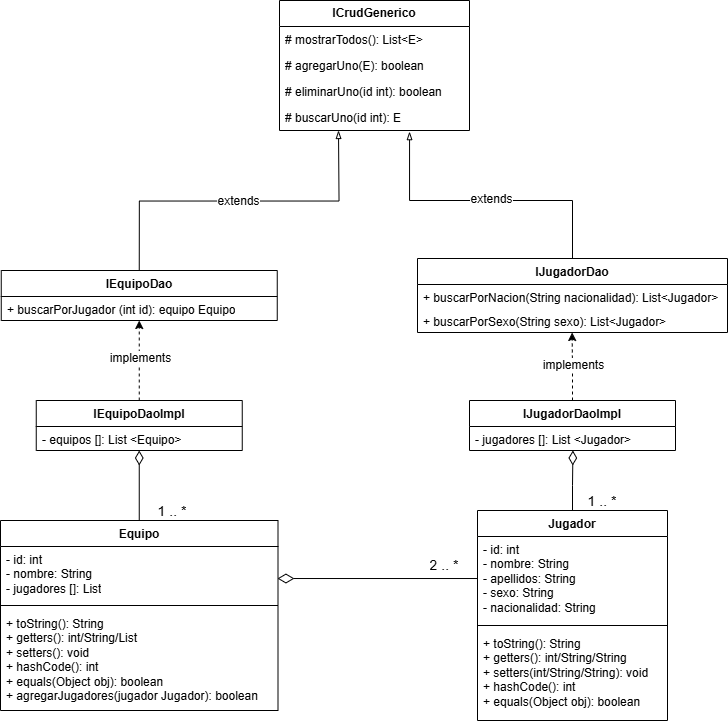
Earlier version of the draw.io export diagrams/clases.png (Andrie42/torneo-esports-uml). Source tidied: cells renumbered, new cells last; positions are measured from the earlier drawing's top-left corner, leaving out a move shared by most shapes. Source of this version:
```xml
<mxGraphModel>
  <root>
    <mxCell id="0" />
    <mxCell id="1" parent="0" />
    <mxCell id="2" value="Jugador" style="swimlane;fontStyle=1;align=center;verticalAlign=top;horizontal=1;startSize=26;whiteSpace=wrap;html=1;" parent="1" vertex="1">
      <mxGeometry x="477" y="510" width="190" height="210" as="geometry" />
    </mxCell>
    <mxCell id="3" value="- id: int&lt;div&gt;- nombre: String&lt;/div&gt;&lt;div&gt;- apellidos: String&lt;/div&gt;&lt;div&gt;- sexo: String&lt;/div&gt;&lt;div&gt;- nacionalidad: String&lt;/div&gt;" style="text;strokeColor=none;fillColor=none;align=left;verticalAlign=top;spacingLeft=4;spacingRight=4;overflow=hidden;points=[[0,0.5],[1,0.5]];portConstraint=eastwest;whiteSpace=wrap;html=1;" parent="2" vertex="1">
      <mxGeometry y="26" width="190" height="84" as="geometry" />
    </mxCell>
    <mxCell id="4" style="line;strokeWidth=1;fillColor=none;align=left;verticalAlign=middle;spacingTop=-1;spacingLeft=3;spacingRight=3;labelPosition=right;strokeColor=inherit;" parent="2" vertex="1">
      <mxGeometry y="110" width="190" height="10" as="geometry" />
    </mxCell>
    <mxCell id="5" value="+ toString(): String&lt;div&gt;+ getters(): int/String/String&lt;/div&gt;&lt;div&gt;+ setters(&lt;span style=&quot;background-color: initial;&quot;&gt;int/String/String&lt;/span&gt;&lt;span style=&quot;background-color: initial;&quot;&gt;): void&lt;/span&gt;&lt;/div&gt;&lt;div&gt;&lt;div&gt;+ hashCode(): int&lt;/div&gt;&lt;div&gt;+ equals(Object obj): boolean&lt;/div&gt;&lt;/div&gt;" style="text;strokeColor=none;fillColor=none;align=left;verticalAlign=top;spacingLeft=4;spacingRight=4;overflow=hidden;whiteSpace=wrap;html=1;" parent="2" vertex="1">
      <mxGeometry y="120" width="190" height="90" as="geometry" />
    </mxCell>
    <mxCell id="6" value="Equipo" style="swimlane;fontStyle=1;align=center;verticalAlign=top;horizontal=1;startSize=26;whiteSpace=wrap;html=1;" parent="1" vertex="1">
      <mxGeometry y="520" width="277.5" height="190" as="geometry" />
    </mxCell>
    <mxCell id="7" value="- id: int&lt;div&gt;- nombre: String&lt;/div&gt;&lt;div&gt;- jugadores []: List&lt;/div&gt;" style="text;strokeColor=none;fillColor=none;align=left;verticalAlign=top;spacingLeft=4;spacingRight=4;overflow=hidden;points=[[0,0.5],[1,0.5]];portConstraint=eastwest;whiteSpace=wrap;html=1;" parent="6" vertex="1">
      <mxGeometry y="26" width="277.5" height="54" as="geometry" />
    </mxCell>
    <mxCell id="8" style="line;strokeWidth=1;fillColor=none;align=left;verticalAlign=middle;spacingTop=-1;spacingLeft=3;spacingRight=3;labelPosition=right;strokeColor=inherit;" parent="6" vertex="1">
      <mxGeometry y="80" width="277.5" height="10" as="geometry" />
    </mxCell>
    <mxCell id="9" value="+ toString(): String&lt;div&gt;+ getters():&amp;nbsp;&lt;span style=&quot;background-color: initial;&quot;&gt;int/String/List&lt;/span&gt;&lt;/div&gt;&lt;div&gt;+ setters(): void&lt;/div&gt;&lt;div&gt;+ hashCode(): int&lt;/div&gt;&lt;div&gt;+ equals(Object obj): boolean&lt;/div&gt;&lt;div&gt;&lt;span style=&quot;background-color: transparent; color: light-dark(rgb(0, 0, 0), rgb(255, 255, 255));&quot;&gt;+ agregarJugadores(jugador Jugador): boolean&lt;/span&gt;&lt;/div&gt;" style="text;strokeColor=none;fillColor=none;align=left;verticalAlign=top;spacingLeft=4;spacingRight=4;overflow=hidden;whiteSpace=wrap;html=1;" parent="6" vertex="1">
      <mxGeometry y="90" width="277.5" height="100" as="geometry" />
    </mxCell>
    <mxCell id="10" value="&lt;font style=&quot;font-size: 14px;&quot;&gt;2 .. *&lt;/font&gt;" style="text;strokeColor=none;fillColor=none;align=center;verticalAlign=middle;spacingLeft=4;spacingRight=4;overflow=hidden;whiteSpace=wrap;html=1;" parent="1" vertex="1">
      <mxGeometry x="419" y="554" width="50" height="20" as="geometry" />
    </mxCell>
    <mxCell id="11" value="&lt;b&gt;ICrudGenerico&lt;/b&gt;" style="swimlane;fontStyle=0;horizontal=1;startSize=26;fillColor=none;whiteSpace=wrap;html=1;" parent="1" vertex="1">
      <mxGeometry x="279" width="190" height="130" as="geometry" />
    </mxCell>
    <mxCell id="12" value="# mostrarTodos(): List&amp;lt;E&amp;gt;" style="text;strokeColor=none;fillColor=none;align=left;verticalAlign=top;spacingLeft=4;spacingRight=4;overflow=hidden;whiteSpace=wrap;html=1;" parent="11" vertex="1">
      <mxGeometry y="26" width="190" height="26" as="geometry" />
    </mxCell>
    <mxCell id="13" value="# agregarUno(E): boolean" style="text;strokeColor=none;fillColor=none;align=left;verticalAlign=top;spacingLeft=4;spacingRight=4;overflow=hidden;whiteSpace=wrap;html=1;" parent="11" vertex="1">
      <mxGeometry y="52" width="190" height="26" as="geometry" />
    </mxCell>
    <mxCell id="14" value="# eliminarUno(id int): boolean" style="text;strokeColor=none;fillColor=none;align=left;verticalAlign=top;spacingLeft=4;spacingRight=4;overflow=hidden;whiteSpace=wrap;html=1;" parent="11" vertex="1">
      <mxGeometry y="78" width="190" height="26" as="geometry" />
    </mxCell>
    <mxCell id="15" value="# buscarUno(id int): E" style="text;strokeColor=none;fillColor=none;align=left;verticalAlign=top;spacingLeft=4;spacingRight=4;overflow=hidden;points=[[0,0.5],[1,0.5]];portConstraint=eastwest;whiteSpace=wrap;html=1;" parent="11" vertex="1">
      <mxGeometry y="104" width="190" height="26" as="geometry" />
    </mxCell>
    <mxCell id="16" value="IEquipoDaoImpl" style="swimlane;fontStyle=1;align=center;verticalAlign=top;horizontal=1;startSize=26;whiteSpace=wrap;html=1;" parent="1" vertex="1">
      <mxGeometry x="35.8" y="400" width="206" height="50" as="geometry" />
    </mxCell>
    <mxCell id="17" value="&lt;div&gt;- equipos []: List &amp;lt;Equipo&amp;gt;&lt;/div&gt;" style="text;strokeColor=none;fillColor=none;align=left;verticalAlign=top;spacingLeft=4;spacingRight=4;overflow=hidden;points=[[0,0.5],[1,0.5]];portConstraint=eastwest;whiteSpace=wrap;html=1;" parent="16" vertex="1">
      <mxGeometry y="26" width="206" height="24" as="geometry" />
    </mxCell>
    <mxCell id="18" style="edgeStyle=orthogonalEdgeStyle;rounded=0;jettySize=auto;html=1;endArrow=blockThin;endFill=0;exitX=0.5;exitY=0;exitDx=0;exitDy=0;" parent="1" edge="1" source="24">
      <mxGeometry relative="1" as="geometry">
        <mxPoint x="338" y="130" as="targetPoint" />
      </mxGeometry>
    </mxCell>
    <mxCell id="19" value="&lt;font style=&quot;font-size: 12px;&quot;&gt;extends&lt;/font&gt;" style="edgeLabel;html=1;align=center;verticalAlign=middle;" parent="18" vertex="1">
      <mxGeometry x="-0.01" relative="1" as="geometry" />
    </mxCell>
    <mxCell id="20" value="IJugadorDaoImpl" style="swimlane;fontStyle=1;align=center;verticalAlign=top;horizontal=1;startSize=26;whiteSpace=wrap;html=1;" parent="1" vertex="1">
      <mxGeometry x="469" y="400" width="206" height="50" as="geometry" />
    </mxCell>
    <mxCell id="21" value="&lt;div&gt;- jugadores []: List &amp;lt;Jugador&amp;gt;&lt;/div&gt;" style="text;strokeColor=none;fillColor=none;align=left;verticalAlign=top;spacingLeft=4;spacingRight=4;overflow=hidden;points=[[0,0.5],[1,0.5]];portConstraint=eastwest;whiteSpace=wrap;html=1;" parent="20" vertex="1">
      <mxGeometry y="26" width="206" height="24" as="geometry" />
    </mxCell>
    <mxCell id="22" style="edgeStyle=orthogonalEdgeStyle;rounded=0;jettySize=auto;html=1;entryX=0.679;entryY=1.045;entryDx=0;entryDy=0;entryPerimeter=0;endArrow=blockThin;endFill=0;exitX=0.5;exitY=0;exitDx=0;exitDy=0;" parent="1" edge="1" source="26" target="15">
      <mxGeometry relative="1" as="geometry">
        <Array as="points">
          <mxPoint x="572" y="200" />
          <mxPoint x="409" y="200" />
          <mxPoint x="409" y="131" />
        </Array>
      </mxGeometry>
    </mxCell>
    <mxCell id="23" value="&lt;font style=&quot;font-size: 12px;&quot;&gt;extends&lt;/font&gt;" style="edgeLabel;html=1;align=center;verticalAlign=middle;" parent="22" vertex="1">
      <mxGeometry x="-0.04" y="-2" relative="1" as="geometry" />
    </mxCell>
    <mxCell id="24" value="IEquipoDao" style="swimlane;fontStyle=1;align=center;verticalAlign=top;horizontal=1;startSize=26;whiteSpace=wrap;html=1;" parent="1" vertex="1">
      <mxGeometry x="0.8" y="270" width="276" height="50" as="geometry" />
    </mxCell>
    <mxCell id="25" value="&lt;div&gt;+ buscarPorJugador (int id): equipo Equipo&lt;/div&gt;" style="text;strokeColor=none;fillColor=none;align=left;verticalAlign=top;spacingLeft=4;spacingRight=4;overflow=hidden;points=[[0,0.5],[1,0.5]];portConstraint=eastwest;whiteSpace=wrap;html=1;" parent="24" vertex="1">
      <mxGeometry y="26" width="276" height="24" as="geometry" />
    </mxCell>
    <mxCell id="26" value="IJugadorDao" style="swimlane;fontStyle=1;align=center;verticalAlign=top;horizontal=1;startSize=26;whiteSpace=wrap;html=1;" parent="1" vertex="1">
      <mxGeometry x="417" y="258" width="310" height="74" as="geometry" />
    </mxCell>
    <mxCell id="27" value="&lt;div&gt;+ buscarPorNacion(String nacionalidad): List&amp;lt;Jugador&amp;gt;&lt;/div&gt;&lt;div&gt;&lt;br&gt;&lt;/div&gt;" style="text;strokeColor=none;fillColor=none;align=left;verticalAlign=top;spacingLeft=4;spacingRight=4;overflow=hidden;whiteSpace=wrap;html=1;" parent="26" vertex="1">
      <mxGeometry y="26" width="310" height="24" as="geometry" />
    </mxCell>
    <mxCell id="28" value="&lt;div&gt;+ buscarPorSexo(String sexo): List&amp;lt;Jugador&amp;gt;&lt;/div&gt;&lt;div&gt;&lt;br&gt;&lt;/div&gt;" style="text;strokeColor=none;fillColor=none;align=left;verticalAlign=top;spacingLeft=4;spacingRight=4;overflow=hidden;whiteSpace=wrap;html=1;" parent="26" vertex="1">
      <mxGeometry y="50" width="310" height="24" as="geometry" />
    </mxCell>
    <mxCell id="29" style="edgeStyle=orthogonalEdgeStyle;rounded=0;jettySize=auto;html=1;entryX=0.5;entryY=1;entryDx=0;entryDy=0;entryPerimeter=0;dashed=1;" parent="1" edge="1" source="16" target="25">
      <mxGeometry relative="1" as="geometry" />
    </mxCell>
    <mxCell id="30" value="&lt;font style=&quot;font-size: 12px;&quot;&gt;implements&lt;/font&gt;" style="edgeLabel;html=1;align=center;verticalAlign=middle;" parent="29" vertex="1">
      <mxGeometry x="0.07" y="-1" relative="1" as="geometry" />
    </mxCell>
    <mxCell id="31" style="edgeStyle=orthogonalEdgeStyle;rounded=0;jettySize=auto;html=1;entryX=0.5;entryY=1;entryDx=0;entryDy=0;entryPerimeter=0;dashed=1;exitX=0.5;exitY=0;exitDx=0;exitDy=0;" parent="1" edge="1" source="20">
      <mxGeometry relative="1" as="geometry">
        <mxPoint x="571.6" y="332" as="targetPoint" />
        <Array as="points">
          <mxPoint x="572" y="372" />
        </Array>
      </mxGeometry>
    </mxCell>
    <mxCell id="32" value="&lt;font style=&quot;font-size: 12px;&quot;&gt;implements&lt;/font&gt;" style="edgeLabel;html=1;align=center;verticalAlign=middle;" parent="31" vertex="1">
      <mxGeometry x="0.07" y="-1" relative="1" as="geometry" />
    </mxCell>
    <mxCell id="33" style="edgeStyle=orthogonalEdgeStyle;rounded=0;jettySize=auto;html=1;entryX=0.998;entryY=0.593;entryDx=0;entryDy=0;entryPerimeter=0;endArrow=diamondThin;endFill=0;startSize=8;endSize=14;" parent="1" edge="1" source="3" target="7">
      <mxGeometry relative="1" as="geometry" />
    </mxCell>
    <mxCell id="34" style="edgeStyle=orthogonalEdgeStyle;rounded=0;jettySize=auto;html=1;exitX=0.5;exitY=0;exitDx=0;exitDy=0;entryX=0.502;entryY=1;entryDx=0;entryDy=0;entryPerimeter=0;endArrow=diamondThin;endFill=0;startSize=8;endSize=12;" parent="1" edge="1" source="2" target="21">
      <mxGeometry relative="1" as="geometry" />
    </mxCell>
    <mxCell id="35" style="edgeStyle=orthogonalEdgeStyle;rounded=0;jettySize=auto;html=1;exitX=0.5;exitY=0;exitDx=0;exitDy=0;entryX=0.5;entryY=1;entryDx=0;entryDy=0;entryPerimeter=0;endArrow=diamondThin;endFill=0;startSize=8;endSize=12;" parent="1" edge="1" source="6" target="17">
      <mxGeometry relative="1" as="geometry" />
    </mxCell>
    <mxCell id="36" value="&lt;font style=&quot;font-size: 14px;&quot;&gt;1 .. *&lt;/font&gt;" style="text;strokeColor=none;fillColor=none;align=center;verticalAlign=middle;spacingLeft=4;spacingRight=4;overflow=hidden;whiteSpace=wrap;html=1;" parent="1" vertex="1">
      <mxGeometry x="147" y="500" width="50" height="20" as="geometry" />
    </mxCell>
    <mxCell id="37" value="&lt;font style=&quot;font-size: 14px;&quot;&gt;1 .. *&lt;/font&gt;" style="text;strokeColor=none;fillColor=none;align=center;verticalAlign=middle;spacingLeft=4;spacingRight=4;overflow=hidden;whiteSpace=wrap;html=1;" parent="1" vertex="1">
      <mxGeometry x="577" y="490" width="50" height="20" as="geometry" />
    </mxCell>
  </root>
</mxGraphModel>
```
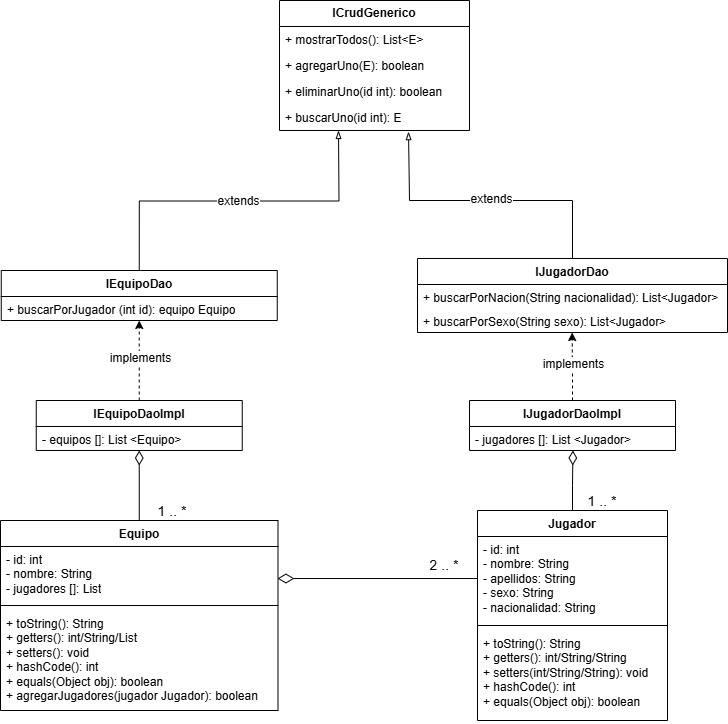
Later version of the same file.

Commit message:
modificados README.md y png de diagrama de clases

Diff of the diagram source:
```diff
@@ -32,16 +32,16 @@
     <mxCell id="11" value="&lt;b&gt;ICrudGenerico&lt;/b&gt;" style="swimlane;fontStyle=0;horizontal=1;startSize=26;fillColor=none;whiteSpace=wrap;html=1;" parent="1" vertex="1">
       <mxGeometry x="279" width="190" height="130" as="geometry" />
     </mxCell>
-    <mxCell id="12" value="# mostrarTodos(): List&amp;lt;E&amp;gt;" style="text;strokeColor=none;fillColor=none;align=left;verticalAlign=top;spacingLeft=4;spacingRight=4;overflow=hidden;whiteSpace=wrap;html=1;" parent="11" vertex="1">
+    <mxCell id="12" value="+ mostrarTodos(): List&amp;lt;E&amp;gt;" style="text;strokeColor=none;fillColor=none;align=left;verticalAlign=top;spacingLeft=4;spacingRight=4;overflow=hidden;whiteSpace=wrap;html=1;" parent="11" vertex="1">
       <mxGeometry y="26" width="190" height="26" as="geometry" />
     </mxCell>
-    <mxCell id="13" value="# agregarUno(E): boolean" style="text;strokeColor=none;fillColor=none;align=left;verticalAlign=top;spacingLeft=4;spacingRight=4;overflow=hidden;whiteSpace=wrap;html=1;" parent="11" vertex="1">
+    <mxCell id="13" value="+&amp;nbsp;agregarUno(E): boolean" style="text;strokeColor=none;fillColor=none;align=left;verticalAlign=top;spacingLeft=4;spacingRight=4;overflow=hidden;whiteSpace=wrap;html=1;" parent="11" vertex="1">
       <mxGeometry y="52" width="190" height="26" as="geometry" />
     </mxCell>
-    <mxCell id="14" value="# eliminarUno(id int): boolean" style="text;strokeColor=none;fillColor=none;align=left;verticalAlign=top;spacingLeft=4;spacingRight=4;overflow=hidden;whiteSpace=wrap;html=1;" parent="11" vertex="1">
+    <mxCell id="14" value="+&amp;nbsp;eliminarUno(id int): boolean" style="text;strokeColor=none;fillColor=none;align=left;verticalAlign=top;spacingLeft=4;spacingRight=4;overflow=hidden;whiteSpace=wrap;html=1;" parent="11" vertex="1">
       <mxGeometry y="78" width="190" height="26" as="geometry" />
     </mxCell>
-    <mxCell id="15" value="# buscarUno(id int): E" style="text;strokeColor=none;fillColor=none;align=left;verticalAlign=top;spacingLeft=4;spacingRight=4;overflow=hidden;points=[[0,0.5],[1,0.5]];portConstraint=eastwest;whiteSpace=wrap;html=1;" parent="11" vertex="1">
+    <mxCell id="15" value="+&amp;nbsp;buscarUno(id int): E" style="text;strokeColor=none;fillColor=none;align=left;verticalAlign=top;spacingLeft=4;spacingRight=4;overflow=hidden;points=[[0,0.5],[1,0.5]];portConstraint=eastwest;whiteSpace=wrap;html=1;" parent="11" vertex="1">
       <mxGeometry y="104" width="190" height="26" as="geometry" />
     </mxCell>
     <mxCell id="16" value="IEquipoDaoImpl" style="swimlane;fontStyle=1;align=center;verticalAlign=top;horizontal=1;startSize=26;whiteSpace=wrap;html=1;" parent="1" vertex="1">
```
